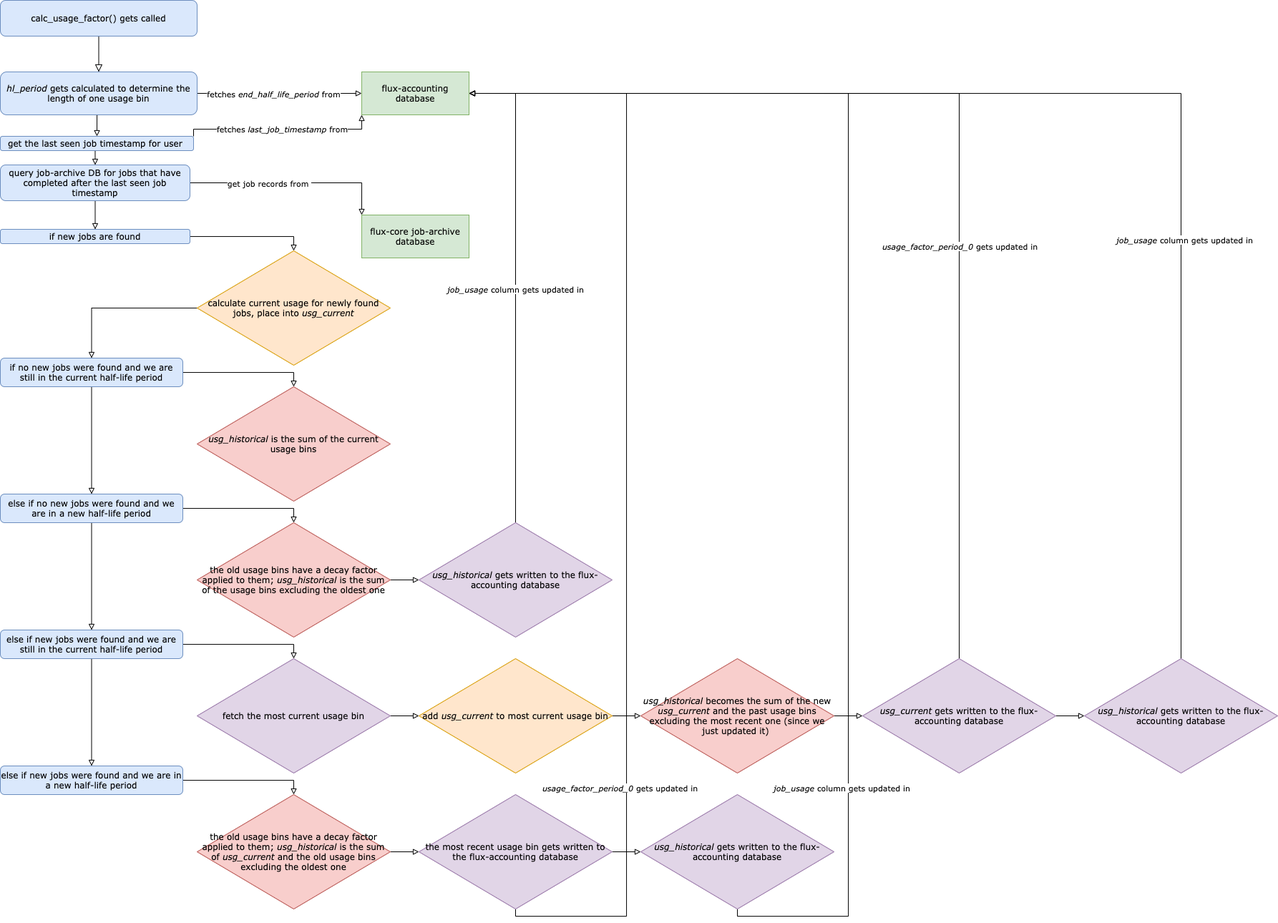
cmoussa1/flux-accounting keeps this draw.io diagram as images/calc_usage_factor flowchart.png. Above is the earlier version. Source tidied: cells renumbered, new cells last; positions are measured from the earlier drawing's top-left corner, leaving out a move shared by most shapes.
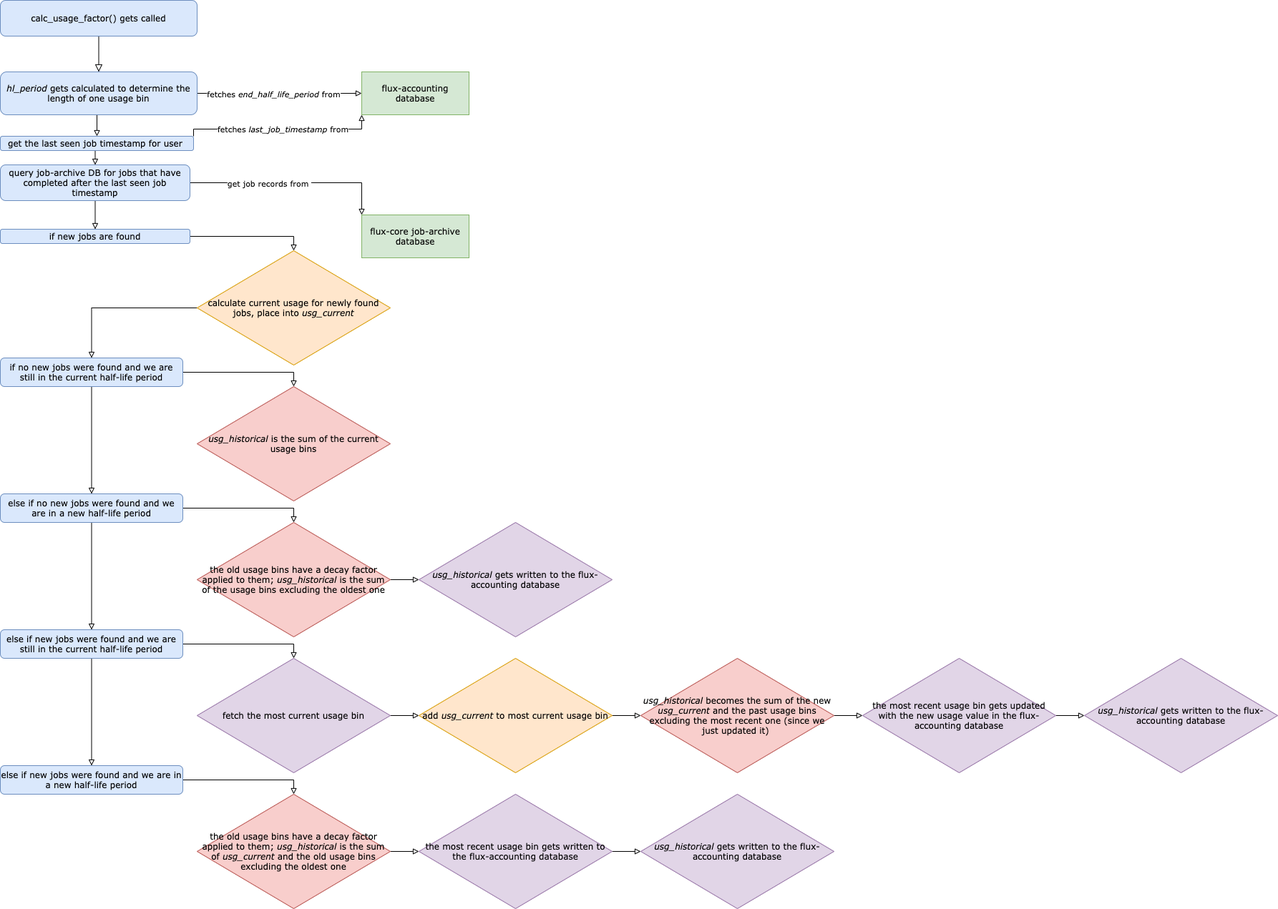
After the commit.

Change to the diagram source:
```diff
@@ -113,9 +113,6 @@
     <mxCell id="33" value="&lt;span&gt;else if new jobs were found and we are still in the current half-life period&lt;/span&gt;" style="rounded=1;whiteSpace=wrap;html=1;fontFamily=Verdana;fillColor=#dae8fc;strokeColor=#6c8ebf;" parent="1" vertex="1">
       <mxGeometry y="880" width="255" height="40" as="geometry" />
     </mxCell>
-    <mxCell id="34" value="&lt;i&gt;job_usage&lt;/i&gt;&amp;nbsp;column gets updated in" style="edgeStyle=orthogonalEdgeStyle;rounded=0;jettySize=auto;html=1;entryX=1;entryY=0.5;entryDx=0;entryDy=0;endArrow=block;endFill=0;strokeWidth=1;fontFamily=Verdana;" parent="1" edge="1" source="35" target="4">
-      <mxGeometry x="-0.02" relative="1" as="geometry" />
-    </mxCell>
     <mxCell id="35" value="&lt;i&gt;usg_historical&lt;/i&gt;&amp;nbsp;gets written to the flux-accounting database" style="rhombus;whiteSpace=wrap;html=1;fontFamily=Verdana;fillColor=#e1d5e7;strokeColor=#9673a6;" parent="1" vertex="1">
       <mxGeometry x="585" y="730" width="270" height="160" as="geometry" />
     </mxCell>
@@ -137,28 +134,12 @@
     <mxCell id="41" value="&lt;i&gt;usg_historical &lt;/i&gt;becomes the sum of the new &lt;i&gt;usg_current&lt;/i&gt;&amp;nbsp;and the past usage bins excluding the most recent one (since we just updated it)&amp;nbsp;" style="rhombus;whiteSpace=wrap;html=1;fontFamily=Verdana;fillColor=#f8cecc;strokeColor=#b85450;" parent="1" vertex="1">
       <mxGeometry x="895" y="920" width="270" height="160" as="geometry" />
     </mxCell>
-    <mxCell id="42" style="edgeStyle=orthogonalEdgeStyle;rounded=0;jettySize=auto;html=1;entryX=1;entryY=0.5;entryDx=0;entryDy=0;endArrow=block;endFill=0;strokeWidth=1;fontFamily=Verdana;exitX=0.5;exitY=0;exitDx=0;exitDy=0;" parent="1" edge="1" source="45" target="4">
-      <mxGeometry relative="1" as="geometry" />
-    </mxCell>
-    <mxCell id="43" value="&lt;i&gt;usage_factor_period_0&amp;nbsp;&lt;/i&gt;gets updated in" style="edgeLabel;html=1;align=center;verticalAlign=middle;fontFamily=Verdana;" parent="42" vertex="1">
-      <mxGeometry x="-0.26" y="1" relative="1" as="geometry">
-        <mxPoint x="1" y="-30" as="offset" />
-      </mxGeometry>
-    </mxCell>
     <mxCell id="44" style="edgeStyle=orthogonalEdgeStyle;rounded=0;jettySize=auto;html=1;entryX=0;entryY=0.5;entryDx=0;entryDy=0;endArrow=block;endFill=0;strokeWidth=1;fontFamily=Verdana;" parent="1" edge="1" source="45" target="48">
       <mxGeometry relative="1" as="geometry" />
     </mxCell>
-    <mxCell id="45" value="&lt;i&gt;usg_current&lt;/i&gt; gets written to the flux-accounting database" style="rhombus;whiteSpace=wrap;html=1;fontFamily=Verdana;fillColor=#e1d5e7;strokeColor=#9673a6;" parent="1" vertex="1">
+    <mxCell id="45" value="the most recent usage bin&lt;i&gt;&amp;nbsp;&lt;/i&gt;gets updated with the new usage value in the flux-accounting database" style="rhombus;whiteSpace=wrap;html=1;fontFamily=Verdana;fillColor=#e1d5e7;strokeColor=#9673a6;" parent="1" vertex="1">
       <mxGeometry x="1205" y="920" width="270" height="160" as="geometry" />
     </mxCell>
-    <mxCell id="46" style="edgeStyle=orthogonalEdgeStyle;rounded=0;jettySize=auto;html=1;entryX=1;entryY=0.5;entryDx=0;entryDy=0;endArrow=block;endFill=0;strokeWidth=1;fontFamily=Verdana;exitX=0.5;exitY=0;exitDx=0;exitDy=0;" parent="1" edge="1" source="48" target="4">
-      <mxGeometry relative="1" as="geometry" />
-    </mxCell>
-    <mxCell id="47" value="&lt;i&gt;job_usage&lt;/i&gt;&amp;nbsp;column gets updated in" style="edgeLabel;html=1;align=center;verticalAlign=middle;fontFamily=Verdana;" parent="46" vertex="1">
-      <mxGeometry x="-0.36" y="-4" relative="1" as="geometry">
-        <mxPoint y="-19" as="offset" />
-      </mxGeometry>
-    </mxCell>
     <mxCell id="48" value="&lt;i&gt;usg_historical&lt;/i&gt;&amp;nbsp;gets written to the flux-accounting database" style="rhombus;whiteSpace=wrap;html=1;fontFamily=Verdana;fillColor=#e1d5e7;strokeColor=#9673a6;" parent="1" vertex="1">
       <mxGeometry x="1515" y="920" width="270" height="160" as="geometry" />
     </mxCell>
@@ -177,35 +158,11 @@
     <mxCell id="53" style="edgeStyle=orthogonalEdgeStyle;rounded=0;jettySize=auto;html=1;entryX=0;entryY=0.5;entryDx=0;entryDy=0;endArrow=block;endFill=0;strokeWidth=1;fontFamily=Verdana;" parent="1" edge="1" source="55" target="57">
       <mxGeometry relative="1" as="geometry" />
     </mxCell>
-    <mxCell id="54" style="edgeStyle=orthogonalEdgeStyle;rounded=0;jettySize=auto;html=1;entryX=1;entryY=0.5;entryDx=0;entryDy=0;endArrow=block;endFill=0;strokeWidth=1;fontFamily=Verdana;exitX=0.5;exitY=1;exitDx=0;exitDy=0;" parent="1" edge="1" source="55" target="4">
-      <mxGeometry relative="1" as="geometry">
-        <Array as="points">
-          <mxPoint x="720" y="1280" />
-          <mxPoint x="875" y="1280" />
-          <mxPoint x="875" y="130" />
-        </Array>
-      </mxGeometry>
-    </mxCell>
     <mxCell id="55" value="the most recent usage bin gets written to the flux-accounting database" style="rhombus;whiteSpace=wrap;html=1;fontFamily=Verdana;fillColor=#e1d5e7;strokeColor=#9673a6;" parent="1" vertex="1">
       <mxGeometry x="585" y="1110" width="270" height="160" as="geometry" />
     </mxCell>
-    <mxCell id="56" style="edgeStyle=orthogonalEdgeStyle;rounded=0;jettySize=auto;html=1;entryX=1;entryY=0.5;entryDx=0;entryDy=0;endArrow=block;endFill=0;strokeWidth=1;fontFamily=Verdana;" parent="1" edge="1" source="57" target="4">
-      <mxGeometry relative="1" as="geometry">
-        <Array as="points">
-          <mxPoint x="1030" y="1280" />
-          <mxPoint x="1185" y="1280" />
-          <mxPoint x="1185" y="130" />
-        </Array>
-      </mxGeometry>
-    </mxCell>
     <mxCell id="57" value="&lt;i&gt;usg_historical&lt;/i&gt;&amp;nbsp;gets written to the flux-accounting database" style="rhombus;whiteSpace=wrap;html=1;fontFamily=Verdana;fillColor=#e1d5e7;strokeColor=#9673a6;" parent="1" vertex="1">
       <mxGeometry x="895" y="1110" width="270" height="160" as="geometry" />
     </mxCell>
-    <mxCell id="58" value="&lt;i&gt;usage_factor_period_0&amp;nbsp;&lt;/i&gt;gets updated in" style="edgeLabel;html=1;align=center;verticalAlign=middle;fontFamily=Verdana;" parent="1" vertex="1">
-      <mxGeometry x="865" y="1100" as="geometry" />
-    </mxCell>
-    <mxCell id="59" value="&lt;i&gt;job_usage&lt;/i&gt;&amp;nbsp;column gets updated in" style="edgeLabel;html=1;align=center;verticalAlign=middle;fontFamily=Verdana;" parent="1" vertex="1">
-      <mxGeometry x="1175" y="1100" as="geometry" />
-    </mxCell>
   </root>
 </mxGraphModel>
```
